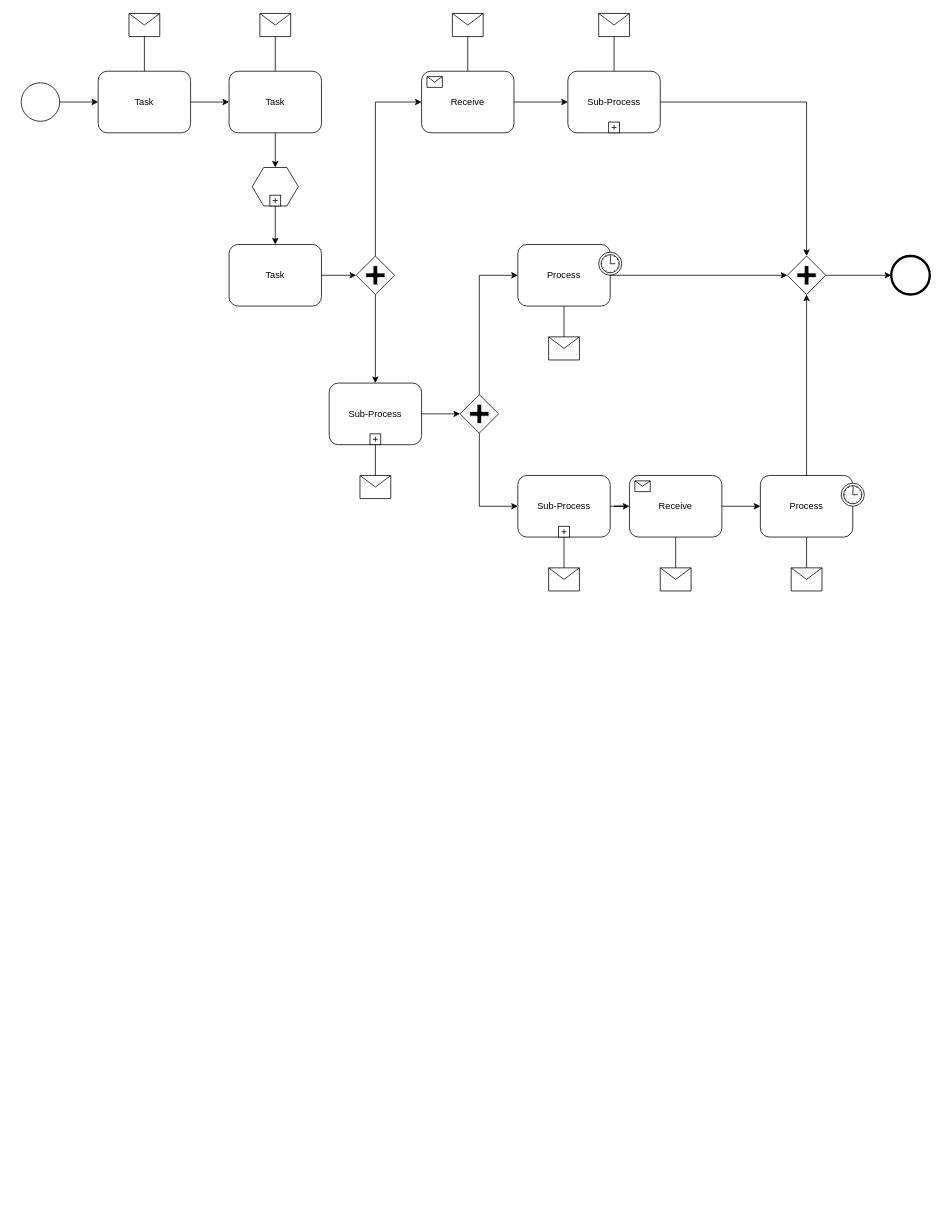
Earlier version of the draw.io diagram templates/Yoshlar daftari.drawio (Zarinabonu/Borrower). Source tidied: cells renumbered, new cells numbered last; positions are measured from the earlier drawing's top-left corner, leaving out a move shared by most shapes. Both pictures are drawn from the tidied source at 77%, with x=0, y=0 at pixel (21, 13).
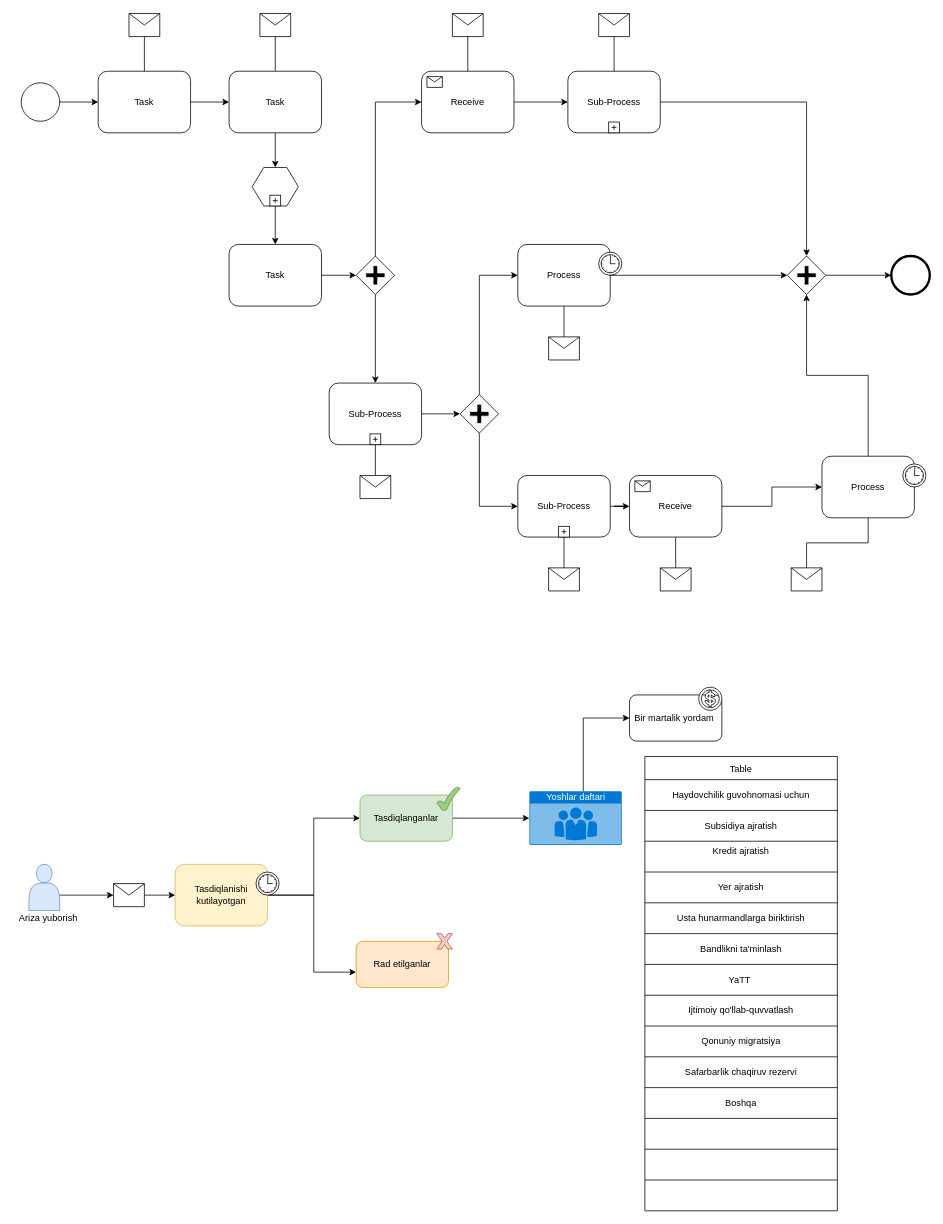
After the change.

What changed in the source:
```diff
@@
     <mxCell id="17" value="Process" style="html=1;whiteSpace=wrap;rounded=1;" parent="1" vertex="1">
-      <mxGeometry x="960" y="600" width="120" height="80" as="geometry" />
+      <mxGeometry x="1040" y="575" width="120" height="80" as="geometry" />
     </mxCell>
@@
+    <mxCell id="61" style="group;" parent="1" vertex="1">
+      <mxGeometry x="-10" y="1095" width="90" height="90" as="geometry" />
+    </mxCell>
+    <mxCell id="62" style="shape=actor;whiteSpace=wrap;html=1;fillColor=#dae8fc;strokeColor=#6c8ebf;" parent="61" vertex="1">
+      <mxGeometry x="20" y="10" width="40" height="60" as="geometry" />
+    </mxCell>
+    <mxCell id="63" value="Ariza yuborish" style="text;html=1;align=center;verticalAlign=middle;strokeColor=none;" parent="61" vertex="1">
+      <mxGeometry y="70" width="90" height="20" as="geometry" />
+    </mxCell>
+    <mxCell id="64" style="edgeStyle=orthogonalEdgeStyle;rounded=0;jettySize=auto;html=1;entryX=0;entryY=0.5;entryDx=0;entryDy=0;" parent="1" edge="1" source="66" target="72">
+      <mxGeometry relative="1" as="geometry">
+        <Array as="points">
+          <mxPoint x="380" y="1145" />
+          <mxPoint x="380" y="1045" />
+        </Array>
+      </mxGeometry>
+    </mxCell>
+    <mxCell id="65" style="edgeStyle=orthogonalEdgeStyle;rounded=0;jettySize=auto;html=1;" parent="1" edge="1" source="66">
+      <mxGeometry relative="1" as="geometry">
+        <mxPoint x="435" y="1245" as="targetPoint" />
+        <Array as="points">
+          <mxPoint x="380" y="1145" />
+          <mxPoint x="380" y="1245" />
+          <mxPoint x="435" y="1245" />
+        </Array>
+      </mxGeometry>
+    </mxCell>
+    <mxCell id="66" value="Tasdiqlanishi kutilayotgan" style="html=1;whiteSpace=wrap;rounded=1;fillColor=#fff2cc;strokeColor=#d6b656;" parent="1" vertex="1">
+      <mxGeometry x="200" y="1105" width="120" height="80" as="geometry" />
+    </mxCell>
+    <mxCell id="67" style="shape=mxgraph.bpmn.timer_start;perimeter=ellipsePerimeter;html=1;labelPosition=right;labelBackgroundColor=#ffffff;align=left;" parent="66" vertex="1">
+      <mxGeometry x="1" width="30" height="30" relative="1" as="geometry">
+        <mxPoint x="-15" y="10" as="offset" />
+      </mxGeometry>
+    </mxCell>
+    <mxCell id="68" style="edgeStyle=orthogonalEdgeStyle;rounded=0;jettySize=auto;html=1;entryX=0;entryY=0.5;entryDx=0;entryDy=0;" parent="1" edge="1" source="69" target="66">
+      <mxGeometry relative="1" as="geometry" />
+    </mxCell>
+    <mxCell id="69" style="shape=message;whiteSpace=wrap;html=1;" parent="1" vertex="1">
+      <mxGeometry x="120" y="1130" width="40" height="30" as="geometry" />
+    </mxCell>
+    <mxCell id="70" style="edgeStyle=orthogonalEdgeStyle;rounded=0;jettySize=auto;html=1;entryX=0;entryY=0.5;entryDx=0;entryDy=0;" parent="1" edge="1" source="62" target="69">
+      <mxGeometry relative="1" as="geometry">
+        <Array as="points">
+          <mxPoint x="70" y="1145" />
+          <mxPoint x="70" y="1145" />
+        </Array>
+      </mxGeometry>
+    </mxCell>
+    <mxCell id="71" style="edgeStyle=orthogonalEdgeStyle;rounded=0;jettySize=auto;html=1;entryX=0;entryY=0.5;entryDx=0;entryDy=0;entryPerimeter=0;" parent="1" edge="1" source="72" target="77">
+      <mxGeometry relative="1" as="geometry" />
+    </mxCell>
+    <mxCell id="72" value="Tasdiqlanganlar" style="rounded=1;whiteSpace=wrap;html=1;fillColor=#d5e8d4;strokeColor=#82b366;" parent="1" vertex="1">
+      <mxGeometry x="440" y="1015" width="120" height="60" as="geometry" />
+    </mxCell>
+    <mxCell id="73" value="Rad etilganlar" style="rounded=1;whiteSpace=wrap;html=1;fillColor=#ffe6cc;strokeColor=#d79b00;" parent="1" vertex="1">
+      <mxGeometry x="435" y="1205" width="120" height="60" as="geometry" />
+    </mxCell>
+    <mxCell id="74" style="verticalLabelPosition=bottom;verticalAlign=top;html=1;shape=mxgraph.basic.tick;strokeColor=#668C50;fillColor=#97D077;" parent="1" vertex="1">
+      <mxGeometry x="540" y="1005" width="30" height="30" as="geometry" />
+    </mxCell>
+    <mxCell id="75" style="verticalLabelPosition=bottom;verticalAlign=top;html=1;shape=mxgraph.basic.x;fillColor=#f8cecc;strokeColor=#b85450;" parent="1" vertex="1">
+      <mxGeometry x="540" y="1195" width="20" height="20" as="geometry" />
+    </mxCell>
+    <mxCell id="76" style="edgeStyle=orthogonalEdgeStyle;rounded=0;jettySize=auto;html=1;entryX=0;entryY=0.5;entryDx=0;entryDy=0;" parent="1" edge="1" source="77" target="78">
+      <mxGeometry relative="1" as="geometry">
+        <Array as="points">
+          <mxPoint x="730" y="915" />
+        </Array>
+      </mxGeometry>
+    </mxCell>
+    <mxCell id="77" value="Yoshlar daftari" style="html=1;strokeColor=none;fillColor=#0079D6;labelPosition=center;verticalLabelPosition=middle;verticalAlign=top;align=center;fontSize=12;outlineConnect=0;spacingTop=-6;fontColor=#FFFFFF;shape=mxgraph.sitemap.about_us;" parent="1" vertex="1">
+      <mxGeometry x="660" y="1010" width="120" height="70" as="geometry" />
+    </mxCell>
+    <mxCell id="78" value="Bir martalik yordam&amp;nbsp;" style="rounded=1;whiteSpace=wrap;html=1;" parent="1" vertex="1">
+      <mxGeometry x="790" y="885" width="120" height="60" as="geometry" />
+    </mxCell>
+    <mxCell id="79" style="shape=mxgraph.signs.travel.cashier;html=1;verticalLabelPosition=bottom;verticalAlign=top;align=center;" parent="1" vertex="1">
+      <mxGeometry x="880" y="875" width="30" height="30" as="geometry" />
+    </mxCell>
+    <mxCell id="80" value="Table" style="shape=table;startSize=30;childLayout=tableLayout;" parent="1" vertex="1">
+      <mxGeometry x="810" y="965" width="250" height="590" as="geometry" />
+    </mxCell>
+    <mxCell id="81" style="shape=partialRectangle;fillColor=none;top=0;left=0;bottom=0;right=0;" parent="80" vertex="1">
+      <mxGeometry y="30" width="250" height="40" as="geometry" />
+    </mxCell>
+    <mxCell id="82" value="Haydovchilik guvohnomasi uchun" style="shape=partialRectangle;html=1;whiteSpace=wrap;overflow=hidden;fillColor=none;top=0;left=0;bottom=0;right=0;" parent="81" vertex="1">
+      <mxGeometry width="250" height="40" as="geometry" />
+    </mxCell>
+    <mxCell id="83" style="shape=partialRectangle;fillColor=none;top=0;left=0;bottom=0;right=0;" parent="80" vertex="1">
+      <mxGeometry y="70" width="250" height="40" as="geometry" />
+    </mxCell>
+    <mxCell id="84" value="Subsidiya ajratish" style="shape=partialRectangle;html=1;whiteSpace=wrap;overflow=hidden;fillColor=none;top=0;left=0;bottom=0;right=0;" parent="83" vertex="1">
+      <mxGeometry width="250" height="40" as="geometry" />
+    </mxCell>
+    <mxCell id="85" style="shape=partialRectangle;fillColor=none;top=0;left=0;bottom=0;right=0;" parent="80" vertex="1">
+      <mxGeometry y="110" width="250" height="40" as="geometry" />
+    </mxCell>
+    <mxCell id="86" value="Kredit ajratish&lt;br&gt;&lt;br&gt;" style="shape=partialRectangle;html=1;whiteSpace=wrap;overflow=hidden;fillColor=none;top=0;left=0;bottom=0;right=0;" parent="85" vertex="1">
+      <mxGeometry width="250" height="40" as="geometry" />
+    </mxCell>
+    <mxCell id="87" style="shape=partialRectangle;fillColor=none;top=0;left=0;bottom=0;right=0;" parent="80" vertex="1">
+      <mxGeometry y="150" width="250" height="40" as="geometry" />
+    </mxCell>
+    <mxCell id="88" value="Yer ajratish" style="shape=partialRectangle;html=1;whiteSpace=wrap;overflow=hidden;fillColor=none;top=0;left=0;bottom=0;right=0;" parent="87" vertex="1">
+      <mxGeometry width="250" height="40" as="geometry" />
+    </mxCell>
+    <mxCell id="89" style="shape=partialRectangle;fillColor=none;top=0;left=0;bottom=0;right=0;" parent="80" vertex="1">
+      <mxGeometry y="190" width="250" height="40" as="geometry" />
+    </mxCell>
+    <mxCell id="90" value="Usta hunarmandlarga biriktirish" style="shape=partialRectangle;html=1;whiteSpace=wrap;overflow=hidden;fillColor=none;top=0;left=0;bottom=0;right=0;" parent="89" vertex="1">
+      <mxGeometry width="250" height="40" as="geometry" />
+    </mxCell>
+    <mxCell id="91" style="shape=partialRectangle;fillColor=none;top=0;left=0;bottom=0;right=0;" parent="80" vertex="1">
+      <mxGeometry y="230" width="250" height="40" as="geometry" />
+    </mxCell>
+    <mxCell id="92" value="Bandlikni ta'minlash" style="shape=partialRectangle;html=1;whiteSpace=wrap;overflow=hidden;fillColor=none;top=0;left=0;bottom=0;right=0;" parent="91" vertex="1">
+      <mxGeometry width="250" height="40" as="geometry" />
+    </mxCell>
+    <mxCell id="93" style="shape=partialRectangle;fillColor=none;top=0;left=0;bottom=0;right=0;" parent="80" vertex="1">
+      <mxGeometry y="270" width="250" height="40" as="geometry" />
+    </mxCell>
+    <mxCell id="94" value="YaTT&lt;span style=&quot;white-space: pre&quot;&gt; &lt;/span&gt;" style="shape=partialRectangle;html=1;whiteSpace=wrap;overflow=hidden;fillColor=none;top=0;left=0;bottom=0;right=0;" parent="93" vertex="1">
+      <mxGeometry width="250" height="40" as="geometry" />
+    </mxCell>
+    <mxCell id="95" style="shape=partialRectangle;fillColor=none;top=0;left=0;bottom=0;right=0;" parent="80" vertex="1">
+      <mxGeometry y="310" width="250" height="40" as="geometry" />
+    </mxCell>
+    <mxCell id="96" value="Ijtimoiy qo'llab-quvvatlash" style="shape=partialRectangle;html=1;whiteSpace=wrap;overflow=hidden;fillColor=none;top=0;left=0;bottom=0;right=0;" parent="95" vertex="1">
+      <mxGeometry width="250" height="40" as="geometry" />
+    </mxCell>
+    <mxCell id="97" style="shape=partialRectangle;fillColor=none;top=0;left=0;bottom=0;right=0;" parent="80" vertex="1">
+      <mxGeometry y="350" width="250" height="40" as="geometry" />
+    </mxCell>
+    <mxCell id="98" value="Qonuniy migratsiya" style="shape=partialRectangle;html=1;whiteSpace=wrap;overflow=hidden;fillColor=none;top=0;left=0;bottom=0;right=0;" parent="97" vertex="1">
+      <mxGeometry width="250" height="40" as="geometry" />
+    </mxCell>
+    <mxCell id="99" style="shape=partialRectangle;fillColor=none;top=0;left=0;bottom=0;right=0;" parent="80" vertex="1">
+      <mxGeometry y="390" width="250" height="40" as="geometry" />
+    </mxCell>
+    <mxCell id="100" value="Safarbarlik chaqiruv rezervi" style="shape=partialRectangle;html=1;whiteSpace=wrap;overflow=hidden;fillColor=none;top=0;left=0;bottom=0;right=0;" parent="99" vertex="1">
+      <mxGeometry width="250" height="40" as="geometry" />
+    </mxCell>
+    <mxCell id="101" style="shape=partialRectangle;fillColor=none;top=0;left=0;bottom=0;right=0;" parent="80" vertex="1">
+      <mxGeometry y="430" width="250" height="40" as="geometry" />
+    </mxCell>
+    <mxCell id="102" value="Boshqa" style="shape=partialRectangle;html=1;whiteSpace=wrap;overflow=hidden;fillColor=none;top=0;left=0;bottom=0;right=0;" parent="101" vertex="1">
+      <mxGeometry width="250" height="40" as="geometry" />
+    </mxCell>
+    <mxCell id="103" style="shape=partialRectangle;fillColor=none;top=0;left=0;bottom=0;right=0;" parent="80" vertex="1">
+      <mxGeometry y="470" width="250" height="40" as="geometry" />
+    </mxCell>
+    <mxCell id="104" style="shape=partialRectangle;html=1;whiteSpace=wrap;overflow=hidden;fillColor=none;top=0;left=0;bottom=0;right=0;" parent="103" vertex="1">
+      <mxGeometry width="250" height="40" as="geometry" />
+    </mxCell>
+    <mxCell id="105" style="shape=partialRectangle;fillColor=none;top=0;left=0;bottom=0;right=0;" parent="80" vertex="1">
+      <mxGeometry y="510" width="250" height="40" as="geometry" />
+    </mxCell>
+    <mxCell id="106" style="shape=partialRectangle;html=1;whiteSpace=wrap;overflow=hidden;fillColor=none;top=0;left=0;bottom=0;right=0;" parent="105" vertex="1">
+      <mxGeometry width="250" height="40" as="geometry" />
+    </mxCell>
+    <mxCell id="107" style="shape=partialRectangle;fillColor=none;top=0;left=0;bottom=0;right=0;" parent="80" vertex="1">
+      <mxGeometry y="550" width="250" height="40" as="geometry" />
+    </mxCell>
+    <mxCell id="108" style="shape=partialRectangle;html=1;whiteSpace=wrap;overflow=hidden;fillColor=none;top=0;left=0;bottom=0;right=0;" parent="107" vertex="1">
+      <mxGeometry width="250" height="40" as="geometry" />
+    </mxCell>
```
